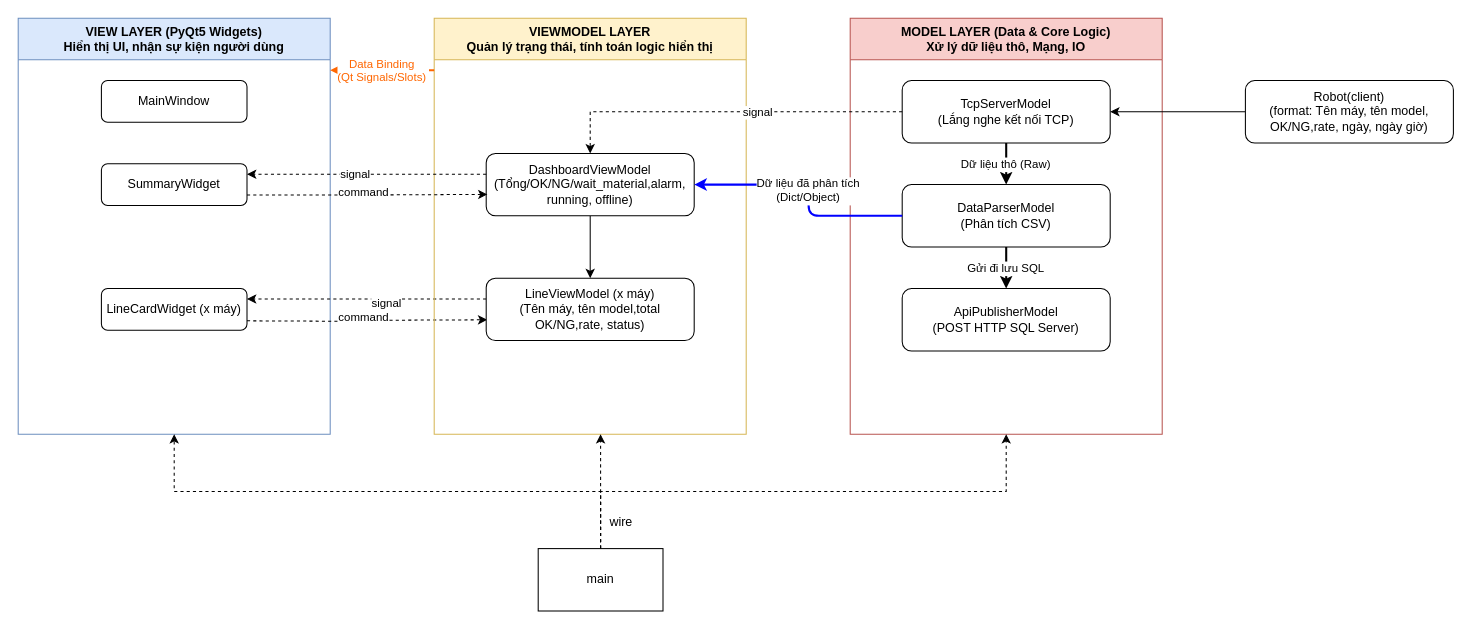
The draw.io diagram Agent_prj/docs/architecture.drawio in Thinhngua1/MINI_PC_WIN7_full_UI, before the edit. Source tidied: cells renumbered, new cells numbered last; positions are measured from the earlier drawing's top-left corner, leaving out a move shared by most shapes. Both pictures are drawn from the tidied source at 104%, with x=0, y=0 at pixel (18, 18).
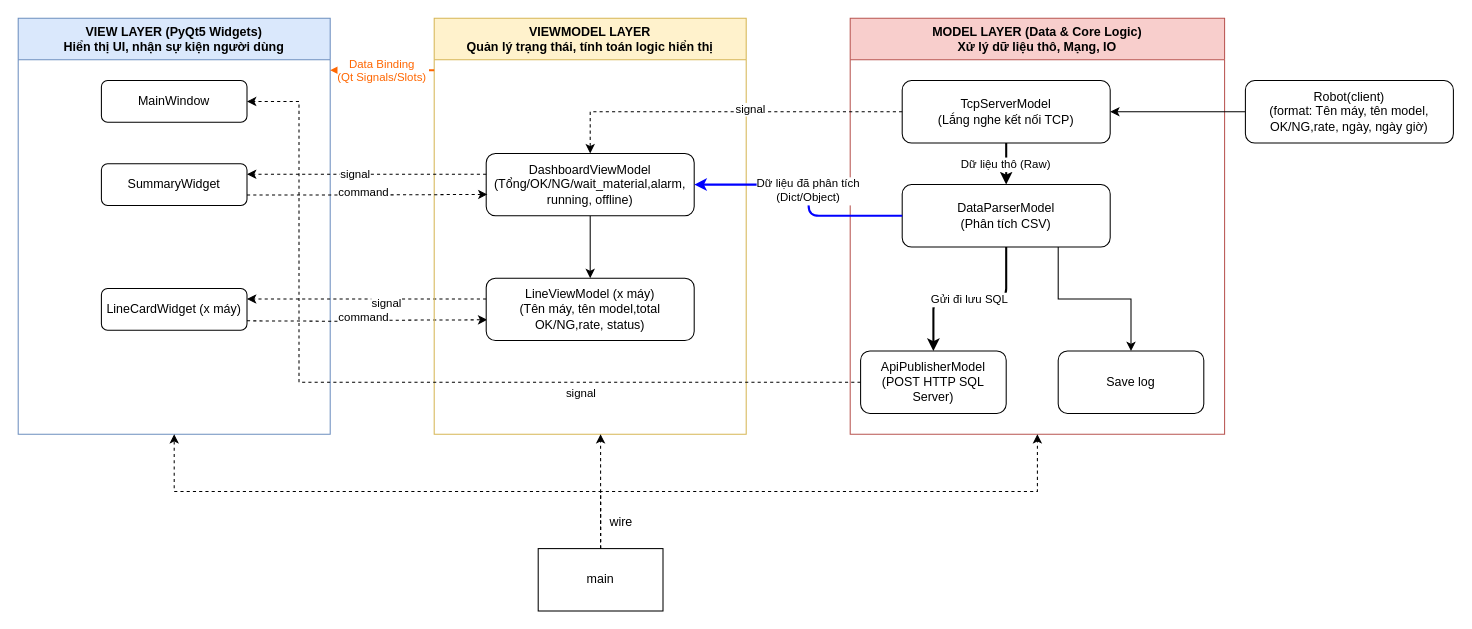
After the change.

The change refers to these unchanged cells:
```xml
<mxCell id="3" value="MainWindow" style="rounded=1;whiteSpace=wrap;html=1;" parent="2" vertex="1">
  <mxGeometry x="80" y="60" width="140" height="40" as="geometry" />
</mxCell>
<mxCell id="16" value="DataParserModel&#10;(Phân tích CSV)" style="rounded=1;whiteSpace=wrap;html=1;" parent="14" vertex="1">
  <mxGeometry x="50" y="160" width="200" height="60" as="geometry" />
</mxCell>
```

Change to the diagram source:
```diff
@@
     <mxCell id="14" value="MODEL LAYER (Data &amp; Core Logic)&#10;Xử lý dữ liệu thô, Mạng, IO" style="swimlane;fillColor=#f8cecc;strokeColor=#b85450;fontStyle=1;startSize=40;" parent="1" vertex="1">
-      <mxGeometry x="800" width="300" height="400" as="geometry" />
+      <mxGeometry x="800" width="360" height="400" as="geometry" />
     </mxCell>
@@
+    <mxCell id="35" style="edgeStyle=orthogonalEdgeStyle;rounded=0;jettySize=auto;html=1;exitX=0.75;exitY=1;exitDx=0;exitDy=0;entryX=0.5;entryY=0;entryDx=0;entryDy=0;" parent="14" edge="1" source="16" target="36">
+      <mxGeometry relative="1" as="geometry" />
+    </mxCell>
@@
     <mxCell id="17" value="ApiPublisherModel&#10;(POST HTTP SQL Server)" style="rounded=1;whiteSpace=wrap;html=1;" parent="14" vertex="1">
-      <mxGeometry x="50" y="260" width="200" height="60" as="geometry" />
+      <mxGeometry x="10" y="320" width="140" height="60" as="geometry" />
     </mxCell>
+    <mxCell id="36" value="Save log" style="rounded=1;whiteSpace=wrap;html=1;" parent="14" vertex="1">
+      <mxGeometry x="200" y="320" width="140" height="60" as="geometry" />
+    </mxCell>
@@
     <mxCell id="34" value="signal" style="edgeLabel;html=1;align=center;verticalAlign=middle;" parent="1" vertex="1">
-      <mxGeometry x="710" y="90" as="geometry" />
+      <mxGeometry x="710" y="90" as="geometry">
+        <mxPoint x="-7" y="-3" as="offset" />
+      </mxGeometry>
     </mxCell>
+    <mxCell id="37" style="edgeStyle=orthogonalEdgeStyle;rounded=0;jettySize=auto;html=1;exitX=0;exitY=0.5;exitDx=0;exitDy=0;entryX=1;entryY=0.5;entryDx=0;entryDy=0;dashed=1;" parent="1" edge="1" source="17" target="3">
+      <mxGeometry relative="1" as="geometry">
+        <Array as="points">
+          <mxPoint x="270" y="350" />
+          <mxPoint x="270" y="80" />
+        </Array>
+      </mxGeometry>
+    </mxCell>
+    <mxCell id="38" value="signal" style="edgeLabel;html=1;align=center;verticalAlign=middle;" parent="1" vertex="1">
+      <mxGeometry x="547" y="363" as="geometry">
+        <mxPoint x="-7" y="-3" as="offset" />
+      </mxGeometry>
+    </mxCell>
```
